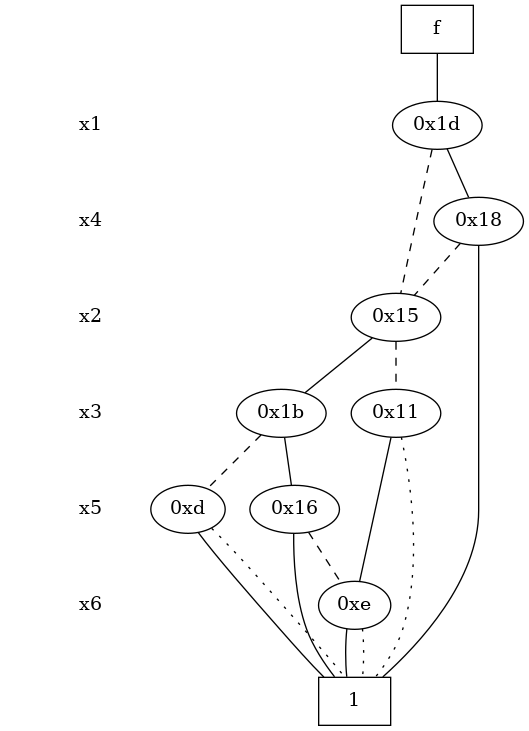
Above: expretest/optimized_bdd.png in loipsheng/cudd-3.0.0.1 (Graphviz), before the change. Its source is kept beside it as expretest/optimized_bdd.dot. Its diagram source:
```dot
digraph "DD" {
size = "7.5,10"
center = true;
edge [dir = none];
{ node [shape = plaintext];
  edge [style = invis];
  "CONST NODES" [style = invis];
" x1 " -> " x4 " -> " x2 " -> " x3 " -> " x5 " -> " x6 " -> "CONST NODES";
}
{ rank = same; node [shape = box]; edge [style = invis];
"  f  "; }
{ rank = same; " x1 ";
"0x1d";
}
{ rank = same; " x4 ";
"0x18";
}
{ rank = same; " x2 ";
"0x15";
}
{ rank = same; " x3 ";
"0x1b";
"0x11";
}
{ rank = same; " x5 ";
"0xd";
"0x16";
}
{ rank = same; " x6 ";
"0xe";
}
{ rank = same; "CONST NODES";
{ node [shape = box]; "0x5";
}
}
"  f  " -> "0x1d" [style = solid];
"0x1d" -> "0x18";
"0x1d" -> "0x15" [style = dashed];
"0x18" -> "0x5";
"0x18" -> "0x15" [style = dashed];
"0x15" -> "0x1b";
"0x15" -> "0x11" [style = dashed];
"0x1b" -> "0x16";
"0x1b" -> "0xd" [style = dashed];
"0x11" -> "0xe";
"0x11" -> "0x5" [style = dotted];
"0xd" -> "0x5";
"0xd" -> "0x5" [style = dotted];
"0x16" -> "0x5";
"0x16" -> "0xe" [style = dashed];
"0xe" -> "0x5";
"0xe" -> "0x5" [style = dotted];
"0x5" [label = "1"];
}
```
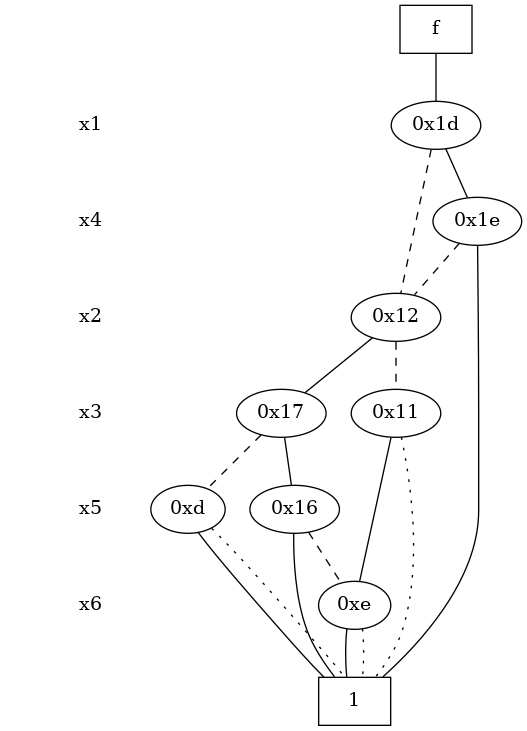
Later version of the same file.

What changed in the source:
```diff
@@ -13,18 +13,18 @@
 "0x1d";
 }
 { rank = same; " x4 ";
-"0x18";
+"0x1e";
 }
 { rank = same; " x2 ";
-"0x15";
+"0x12";
 }
 { rank = same; " x3 ";
-"0x1b";
 "0x11";
+"0x17";
 }
 { rank = same; " x5 ";
+"0x16";
 "0xd";
-"0x16";
 }
 { rank = same; " x6 ";
 "0xe";
@@ -34,20 +34,20 @@
 }
 }
 "  f  " -> "0x1d" [style = solid];
-"0x1d" -> "0x18";
-"0x1d" -> "0x15" [style = dashed];
-"0x18" -> "0x5";
-"0x18" -> "0x15" [style = dashed];
-"0x15" -> "0x1b";
-"0x15" -> "0x11" [style = dashed];
-"0x1b" -> "0x16";
-"0x1b" -> "0xd" [style = dashed];
+"0x1d" -> "0x1e";
+"0x1d" -> "0x12" [style = dashed];
+"0x1e" -> "0x5";
+"0x1e" -> "0x12" [style = dashed];
+"0x12" -> "0x17";
+"0x12" -> "0x11" [style = dashed];
 "0x11" -> "0xe";
 "0x11" -> "0x5" [style = dotted];
+"0x17" -> "0x16";
+"0x17" -> "0xd" [style = dashed];
+"0x16" -> "0x5";
+"0x16" -> "0xe" [style = dashed];
 "0xd" -> "0x5";
 "0xd" -> "0x5" [style = dotted];
-"0x16" -> "0x5";
-"0x16" -> "0xe" [style = dashed];
 "0xe" -> "0x5";
 "0xe" -> "0x5" [style = dotted];
 "0x5" [label = "1"];
```
